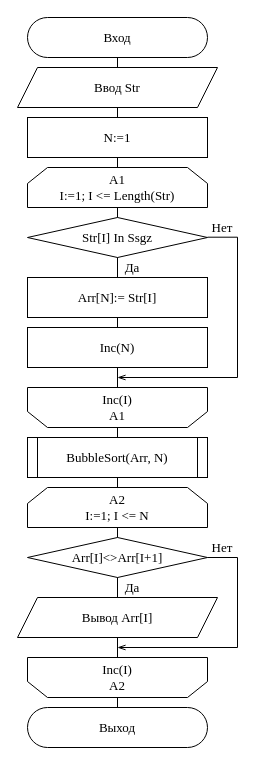
Before: page "Страница 1" (1 of 3) of OAiP/Lab 2.7/Scheme/1.drawio in Hummel009/Delphi-Projects, a draw.io diagram. Source tidied: cells renumbered, new cells numbered last; positions are measured from the earlier drawing's top-left corner, leaving out a move shared by most shapes. Both pictures are drawn from the tidied source at 100%, with x=0, y=0 at pixel (17, 17).
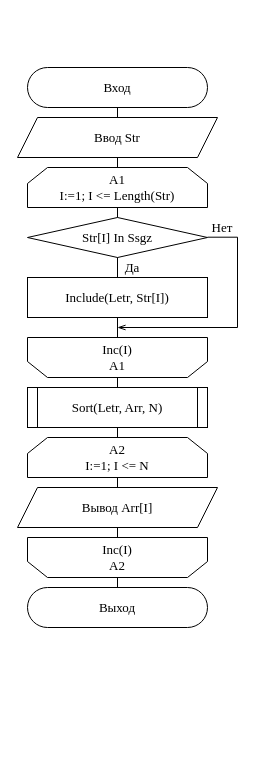
After the change.

Diff of the diagram source:
```diff
@@
     <mxCell id="3" value="Вход" style="rounded=1;whiteSpace=wrap;html=1;arcSize=50;fontFamily=Times New Roman;fontSize=13;verticalAlign=middle;align=center;" parent="1" vertex="1">
-      <mxGeometry x="10" width="180" height="40" as="geometry" />
+      <mxGeometry x="10" y="50" width="180" height="40" as="geometry" />
     </mxCell>
     <mxCell id="4" value="Выход" style="rounded=1;whiteSpace=wrap;html=1;arcSize=50;fontFamily=Times New Roman;fontSize=13;verticalAlign=middle;align=center;" parent="1" vertex="1">
-      <mxGeometry x="10" y="690" width="180" height="40" as="geometry" />
+      <mxGeometry x="10" y="570" width="180" height="40" as="geometry" />
     </mxCell>
     <mxCell id="5" value="Ввод Str" style="shape=parallelogram;perimeter=parallelogramPerimeter;whiteSpace=wrap;html=1;fixedSize=1;fontFamily=Times New Roman;fontSize=13;align=center;verticalAlign=middle;" parent="1" vertex="1">
-      <mxGeometry y="50" width="200" height="40" as="geometry" />
+      <mxGeometry y="100" width="200" height="40" as="geometry" />
     </mxCell>
-    <mxCell id="6" value="Arr[N]:= Str[I]" style="rounded=0;whiteSpace=wrap;html=1;fontSize=13;fontFamily=Times New Roman;align=center;verticalAlign=middle;" parent="1" vertex="1">
+    <mxCell id="6" value="Include(Letr, Str[I])" style="rounded=0;whiteSpace=wrap;html=1;fontSize=13;fontFamily=Times New Roman;align=center;verticalAlign=middle;" parent="1" vertex="1">
       <mxGeometry x="10" y="260" width="180" height="40" as="geometry" />
     </mxCell>
     <mxCell id="7" value="Вывод Arr[I]" style="shape=parallelogram;perimeter=parallelogramPerimeter;whiteSpace=wrap;html=1;fixedSize=1;fontFamily=Times New Roman;fontSize=13;align=center;verticalAlign=middle;" parent="1" vertex="1">
-      <mxGeometry y="580" width="200" height="40" as="geometry" />
+      <mxGeometry y="470" width="200" height="40" as="geometry" />
     </mxCell>
     <mxCell id="8" style="group;fontFamily=Times New Roman;fontSize=13;align=center;verticalAlign=middle;" parent="1" vertex="1">
-      <mxGeometry x="10" y="420" width="180" height="40" as="geometry" />
+      <mxGeometry x="10" y="370" width="180" height="40" as="geometry" />
     </mxCell>
-    <mxCell id="9" value="&lt;span style=&quot;font-size: 13px&quot;&gt;BubbleSort(Arr, N)&lt;/span&gt;" style="rounded=0;whiteSpace=wrap;html=1;fontSize=13;fontFamily=Times New Roman;align=center;verticalAlign=middle;" parent="8" vertex="1">
+    <mxCell id="9" value="Sort(Letr, Arr, N)" style="rounded=0;whiteSpace=wrap;html=1;fontSize=13;fontFamily=Times New Roman;align=center;verticalAlign=middle;" parent="8" vertex="1">
       <mxGeometry width="180" height="40" as="geometry" />
     </mxCell>
@@
-    <mxCell id="12" value="N:=1" style="rounded=0;whiteSpace=wrap;html=1;fontSize=13;fontFamily=Times New Roman;align=center;verticalAlign=middle;" parent="1" vertex="1">
-      <mxGeometry x="10" y="100" width="180" height="40" as="geometry" />
-    </mxCell>
@@
-    <mxCell id="15" value="Inc(N)" style="rounded=0;whiteSpace=wrap;html=1;fontSize=13;fontFamily=Times New Roman;align=center;verticalAlign=middle;" parent="1" vertex="1">
-      <mxGeometry x="10" y="310" width="180" height="40" as="geometry" />
-    </mxCell>
     <mxCell id="16" value="Inc(I)&lt;br style=&quot;font-size: 13px;&quot;&gt;A1" style="shape=loopLimit;whiteSpace=wrap;html=1;rounded=0;strokeWidth=1;direction=west;fontFamily=Times New Roman;fontSize=13;verticalAlign=middle;align=center;" parent="1" vertex="1">
-      <mxGeometry x="10" y="370" width="180" height="40" as="geometry" />
+      <mxGeometry x="10" y="320" width="180" height="40" as="geometry" />
     </mxCell>
     <mxCell id="17" value="A2&lt;br style=&quot;font-size: 13px&quot;&gt;I:=1; I &amp;lt;= N" style="shape=loopLimit;whiteSpace=wrap;html=1;rounded=0;strokeWidth=1;fontFamily=Times New Roman;fontSize=13;align=center;verticalAlign=middle;" parent="1" vertex="1">
-      <mxGeometry x="10" y="470" width="180" height="40" as="geometry" />
+      <mxGeometry x="10" y="420" width="180" height="40" as="geometry" />
     </mxCell>
-    <mxCell id="18" value="Arr[I]&amp;lt;&amp;gt;Arr[I+1]" style="rhombus;whiteSpace=wrap;html=1;rounded=0;strokeWidth=1;fontFamily=Times New Roman;fontSize=13;" parent="1" vertex="1">
-      <mxGeometry x="10" y="520" width="180" height="40" as="geometry" />
-    </mxCell>
     <mxCell id="19" value="Inc(I)&lt;br style=&quot;font-size: 13px&quot;&gt;A2" style="shape=loopLimit;whiteSpace=wrap;html=1;rounded=0;strokeWidth=1;direction=west;fontFamily=Times New Roman;fontSize=13;verticalAlign=middle;align=center;" parent="1" vertex="1">
-      <mxGeometry x="10" y="640" width="180" height="40" as="geometry" />
+      <mxGeometry x="10" y="520" width="180" height="40" as="geometry" />
     </mxCell>
     <mxCell id="20" style="endArrow=openThin;html=1;fontFamily=Courier New;fontSize=13;endFill=0;exitX=1;exitY=0.5;exitDx=0;exitDy=0;rounded=0;edgeStyle=orthogonalEdgeStyle;" parent="1" edge="1">
       <mxGeometry relative="1" as="geometry">
         <mxPoint x="190" y="219.7" as="sourcePoint" />
-        <mxPoint x="100" y="360" as="targetPoint" />
+        <mxPoint x="100" y="310" as="targetPoint" />
         <Array as="points">
           <mxPoint x="220" y="220" />
-          <mxPoint x="220" y="360" />
-          <mxPoint x="100" y="360" />
+          <mxPoint x="220" y="310" />
+          <mxPoint x="100" y="310" />
         </Array>
       </mxGeometry>
     </mxCell>
@@
-    <mxCell id="23" style="endArrow=openThin;html=1;fontFamily=Courier New;fontSize=13;endFill=0;exitX=1;exitY=0.5;exitDx=0;exitDy=0;rounded=0;edgeStyle=orthogonalEdgeStyle;" parent="1" edge="1">
-      <mxGeometry relative="1" as="geometry">
-        <mxPoint x="190" y="540" as="sourcePoint" />
-        <mxPoint x="100" y="630" as="targetPoint" />
-        <Array as="points">
-          <mxPoint x="220" y="540" />
-          <mxPoint x="220" y="630" />
-          <mxPoint x="100" y="630" />
-        </Array>
-      </mxGeometry>
-    </mxCell>
-    <mxCell id="24" value="Нет" style="text;html=1;strokeColor=none;fillColor=none;align=center;verticalAlign=middle;whiteSpace=wrap;rounded=0;fontFamily=Times New Roman;fontSize=13;" parent="1" vertex="1">
-      <mxGeometry x="190" y="520" width="30" height="20" as="geometry" />
-    </mxCell>
-    <mxCell id="25" value="Да" style="text;html=1;strokeColor=none;fillColor=none;align=center;verticalAlign=middle;whiteSpace=wrap;rounded=0;fontFamily=Times New Roman;fontSize=13;" parent="1" vertex="1">
-      <mxGeometry x="100" y="560" width="30" height="20" as="geometry" />
-    </mxCell>
```
